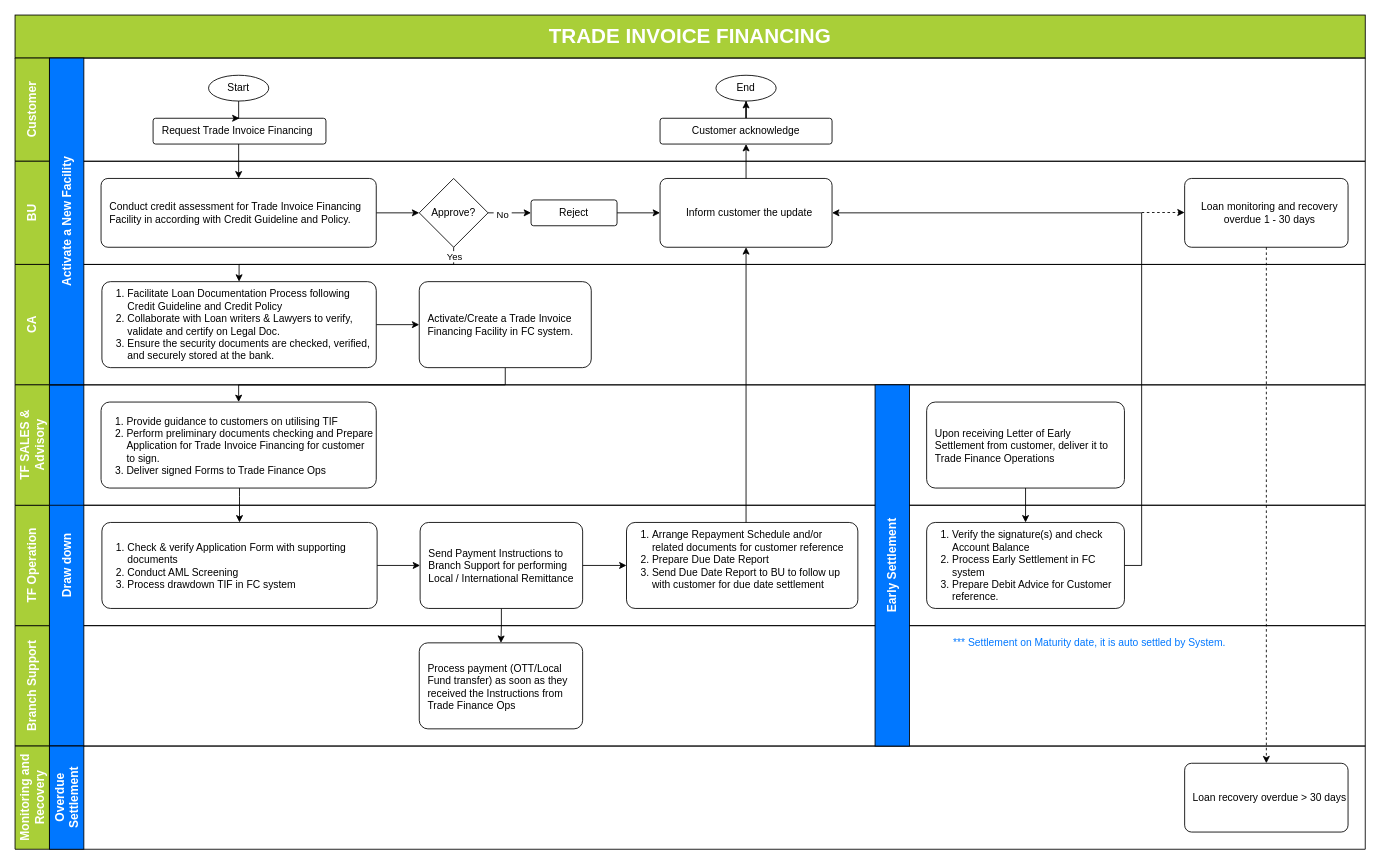
This is Trade Invoice Financing.drawio from kirikroem/brainleader, a draw.io file, before an edit. Source tidied: cells renumbered, new cells numbered last; positions are measured from the earlier drawing's top-left corner, leaving out a move shared by most shapes. Both pictures are drawn from the tidied source at 86%, with x=0, y=0 at pixel (-114, 15).
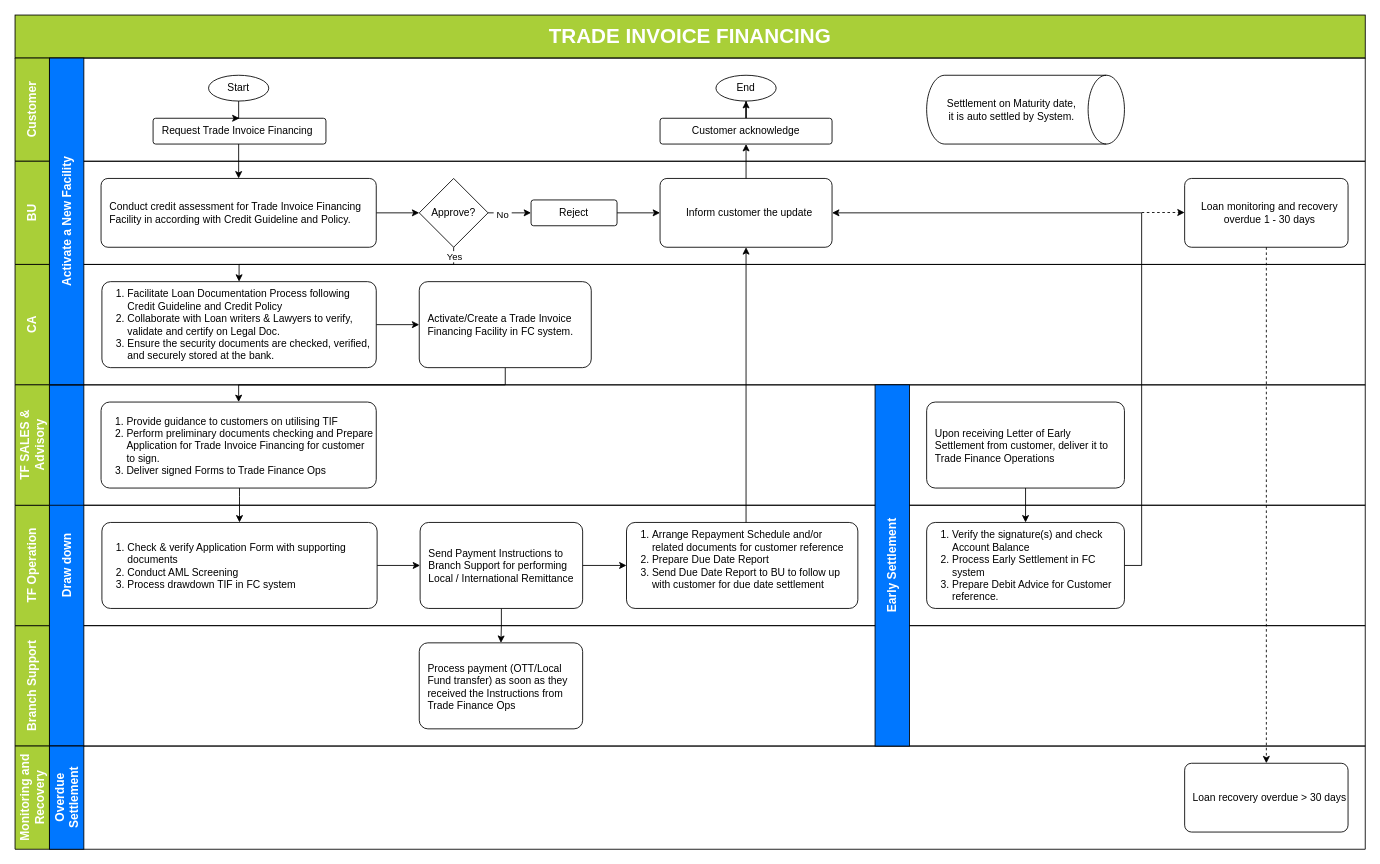
After the change.

Unchanged cells that the change refers to:
```xml
<mxCell id="2" value="&lt;span style=&quot;font-size: 14px;&quot;&gt;Branch Support&lt;/span&gt;" style="swimlane;horizontal=0;whiteSpace=wrap;html=1;startSize=40;fillColor=#A9CF38;fontColor=#FFFFFF;" parent="1" vertex="1">
  <mxGeometry x="150" y="710" width="1570" height="140" as="geometry" />
</mxCell>
<mxCell id="24" value="&lt;span style=&quot;font-size: 14px;&quot;&gt;Customer&lt;/span&gt;" style="swimlane;horizontal=0;whiteSpace=wrap;html=1;startSize=40;fillColor=#A9CF38;fontColor=#FFFFFF;" parent="1" vertex="1">
  <mxGeometry x="150" y="50" width="1570" height="120" as="geometry" />
</mxCell>
```

What changed in the source:
```diff
@@
-    <mxCell id="3" value="*** Settlement on Maturity date, it is auto settled by System." style="text;html=1;align=right;verticalAlign=middle;whiteSpace=wrap;rounded=0;fontColor=#0077FF;" parent="2" vertex="1">
-      <mxGeometry x="1060" width="350" height="40" as="geometry" />
-    </mxCell>
@@
+    <mxCell id="55" value="&lt;span style=&quot;text-align: right;&quot;&gt;Settlement on Maturity date,&lt;/span&gt;&lt;div&gt;&lt;span style=&quot;text-align: right;&quot;&gt;it is auto settled by System.&lt;/span&gt;&lt;/div&gt;" style="strokeWidth=1;html=1;shape=mxgraph.flowchart.direct_data;whiteSpace=wrap;fontColor=#000000;spacingRight=40;spacingLeft=8;" parent="24" vertex="1">
+      <mxGeometry x="1060" y="20" width="230" height="80" as="geometry" />
+    </mxCell>
```
